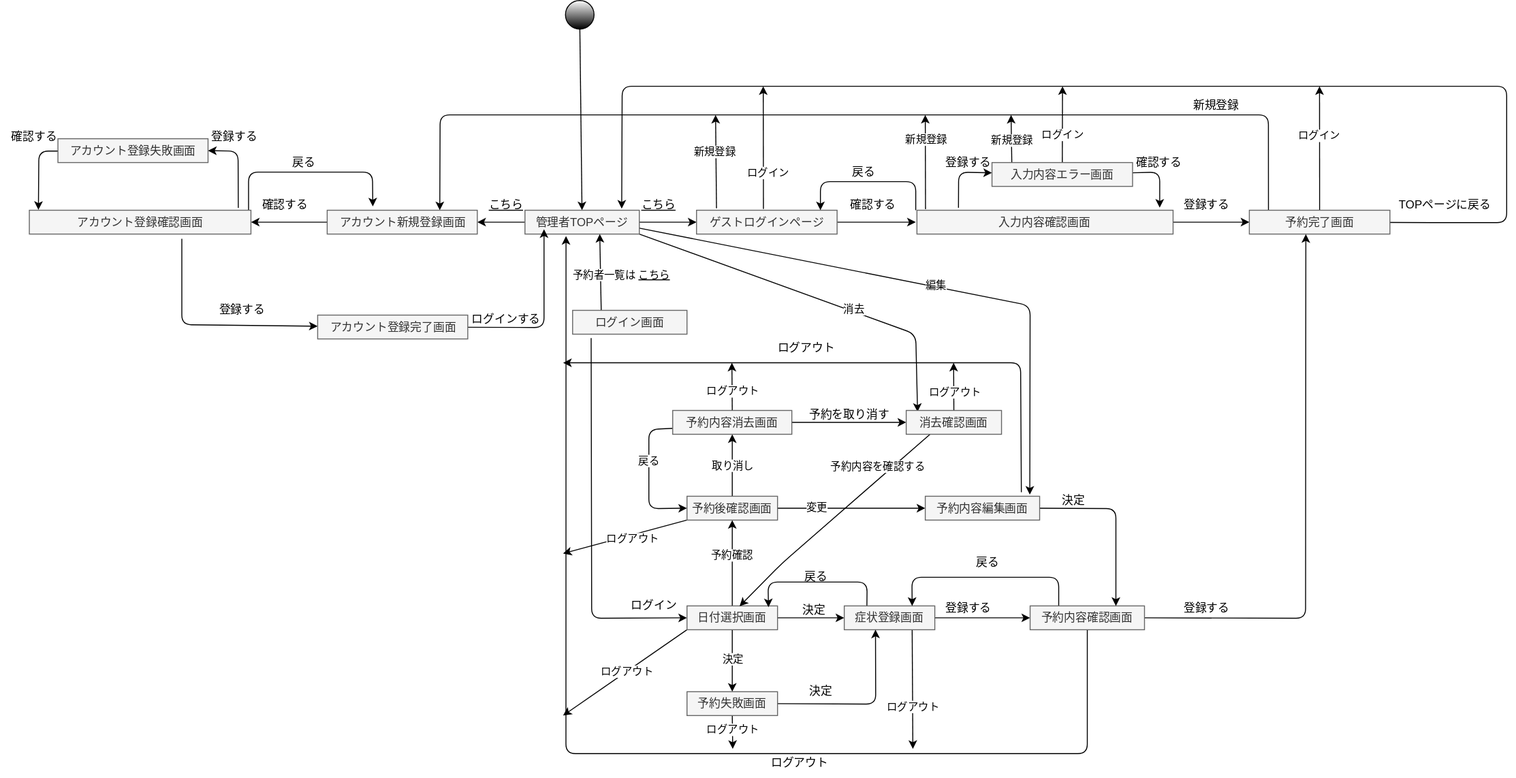
sakamotoshuri/uml_introduction keeps this draw.io diagram as pja.drawio.svg. Above is the earlier version. Source tidied: cells renumbered, new cells last; positions are measured from the earlier drawing's top-left corner, leaving out a move shared by most shapes.
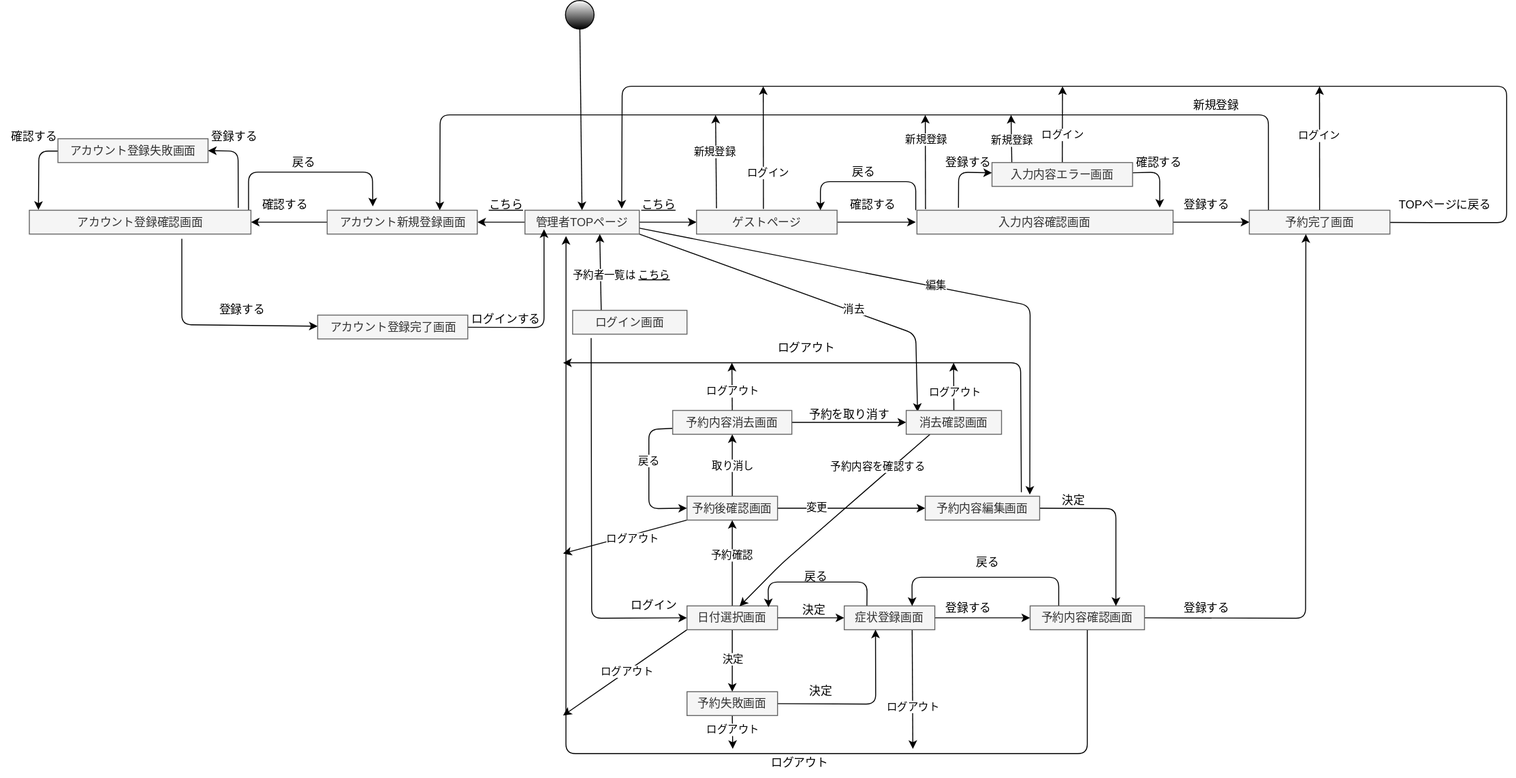
Later version of the same file.

Change to the diagram source:
```diff
@@ -75,7 +75,7 @@
     <mxCell id="18" value="新規登録" style="edgeLabel;html=1;align=center;verticalAlign=middle;" parent="17" vertex="1">
       <mxGeometry x="0.23" y="2" relative="1" as="geometry" />
     </mxCell>
-    <mxCell id="19" value="ゲストログインページ" style="whiteSpace=wrap;html=1;fillColor=#f5f5f5;fontColor=#333333;strokeColor=#666666;" parent="1" vertex="1">
+    <mxCell id="19" value="ゲストページ" style="whiteSpace=wrap;html=1;fillColor=#f5f5f5;fontColor=#333333;strokeColor=#666666;" parent="1" vertex="1">
       <mxGeometry x="730" y="220" width="147.5" height="25" as="geometry" />
     </mxCell>
     <mxCell id="20" style="edgeStyle=none;html=1;" parent="1" edge="1" target="31">
```
